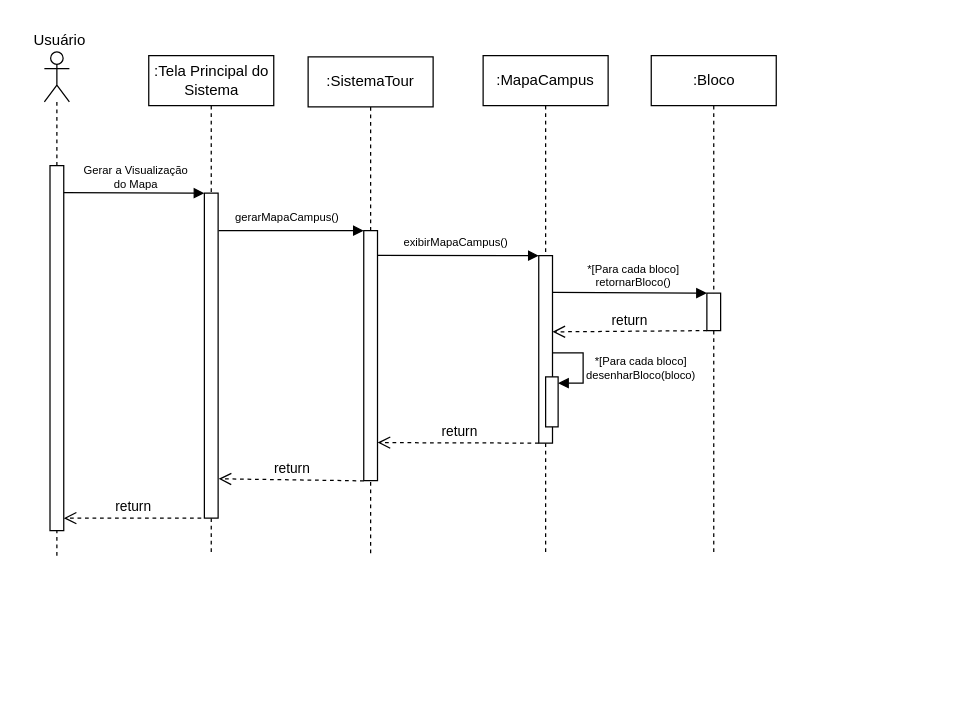
Earlier version of the draw.io diagram DiagramaDeSequencia-AcessarMapaInterativo2d.drawio (Gigagiga1234/Tour-Virtual). Source tidied: cells renumbered, new cells numbered last; positions are measured from the earlier drawing's top-left corner, leaving out a move shared by most shapes. Both pictures are drawn from the tidied source at 125%, with x=0, y=0 at pixel (21, 21).
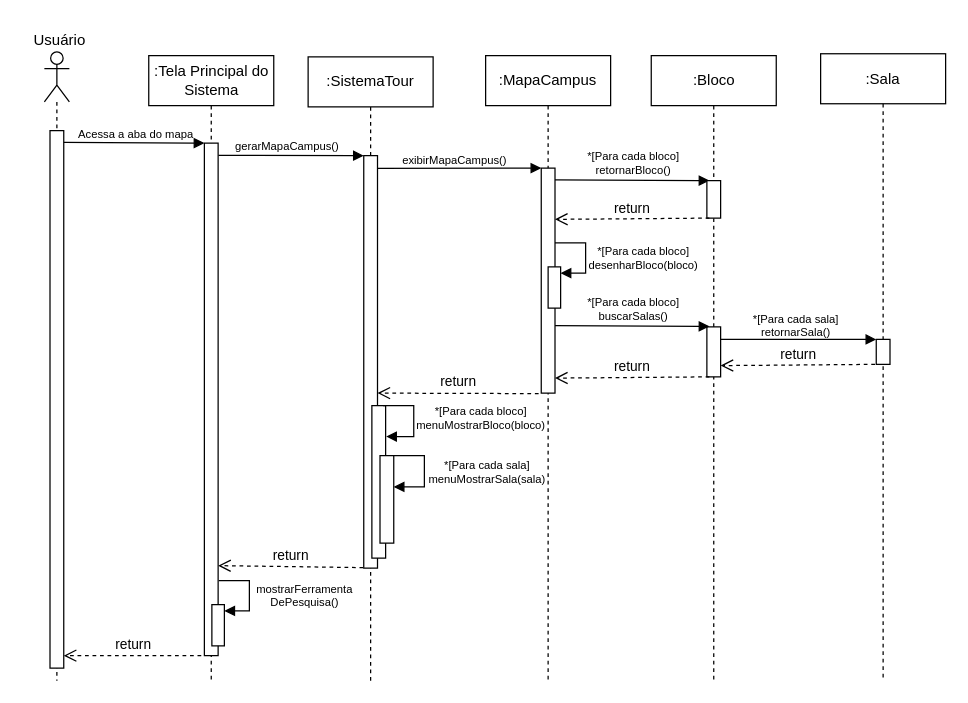
Above is the later version.

Change to the diagram source:
```diff
@@
     <mxCell id="2" value=":MapaCampus" style="shape=umlLifeline;perimeter=lifelinePerimeter;whiteSpace=wrap;html=1;newEdgeStyle={&quot;curved&quot;:0,&quot;rounded&quot;:0};" parent="1" vertex="1">
-      <mxGeometry x="369" y="27" width="100" height="400" as="geometry" />
+      <mxGeometry x="371" y="27" width="100" height="500" as="geometry" />
     </mxCell>
     <mxCell id="3" style="rounded=0;whiteSpace=wrap;html=1;" parent="1" vertex="1">
-      <mxGeometry x="413.5" y="187" width="11" height="150" as="geometry" />
+      <mxGeometry x="415.5" y="117" width="11" height="180" as="geometry" />
     </mxCell>
     <mxCell id="4" value="*[Para cada bloco]&lt;div&gt;retornarBloco()&lt;/div&gt;" style="text;html=1;align=center;verticalAlign=middle;strokeColor=none;fillColor=none;fontSize=9;" parent="1" vertex="1">
-      <mxGeometry x="439" y="183" width="100" height="40" as="geometry" />
+      <mxGeometry x="439" y="93" width="100" height="40" as="geometry" />
     </mxCell>
     <mxCell id="5" value="gerarMapaCampus()" style="text;html=1;align=center;verticalAlign=middle;strokeColor=none;fillColor=none;fontSize=9;" parent="1" vertex="1">
-      <mxGeometry x="157" y="147" width="110" height="20" as="geometry" />
+      <mxGeometry x="157" y="90" width="110" height="20" as="geometry" />
     </mxCell>
     <mxCell id="6" value=":Tela Principal do Sistema" style="shape=umlLifeline;perimeter=lifelinePerimeter;whiteSpace=wrap;html=1;newEdgeStyle={&quot;curved&quot;:0,&quot;rounded&quot;:0};" parent="1" vertex="1">
-      <mxGeometry x="101.5" y="27" width="100" height="400" as="geometry" />
+      <mxGeometry x="101.5" y="27" width="100" height="500" as="geometry" />
     </mxCell>
     <mxCell id="7" style="shape=umlLifeline;perimeter=lifelinePerimeter;whiteSpace=wrap;html=1;newEdgeStyle={&quot;curved&quot;:0,&quot;rounded&quot;:0};participant=umlActor;" parent="1" vertex="1">
-      <mxGeometry x="18" y="24" width="20" height="403" as="geometry" />
+      <mxGeometry x="18" y="24" width="20" height="503" as="geometry" />
     </mxCell>
     <mxCell id="8" style="rounded=0;whiteSpace=wrap;html=1;" parent="1" vertex="1">
-      <mxGeometry x="22.5" y="115" width="11" height="292" as="geometry" />
+      <mxGeometry x="22.5" y="87" width="11" height="430" as="geometry" />
     </mxCell>
-    <mxCell id="9" value="Gerar a Visualização&lt;div&gt;do Mapa&lt;/div&gt;" style="text;html=1;align=center;verticalAlign=middle;strokeColor=none;fillColor=none;fontSize=9;" parent="1" vertex="1">
-      <mxGeometry x="36" y="104" width="110" height="40" as="geometry" />
+    <mxCell id="9" value="Acessa a aba do mapa" style="text;html=1;align=center;verticalAlign=middle;strokeColor=none;fillColor=none;fontSize=9;" parent="1" vertex="1">
+      <mxGeometry x="31" y="80" width="120" height="20" as="geometry" />
     </mxCell>
     <mxCell id="10" style="rounded=0;whiteSpace=wrap;html=1;" parent="1" vertex="1">
-      <mxGeometry x="146" y="137" width="11" height="260" as="geometry" />
+      <mxGeometry x="146" y="97" width="11" height="410" as="geometry" />
     </mxCell>
-    <mxCell id="11" style="endArrow=block;html=1;rounded=0;exitX=0.998;exitY=0.074;exitDx=0;exitDy=0;exitPerimeter=0;entryX=0;entryY=0;entryDx=0;entryDy=0;endFill=1;" parent="1" edge="1" source="8" target="10">
+    <mxCell id="11" style="endArrow=block;html=1;rounded=0;exitX=1.003;exitY=0.022;exitDx=0;exitDy=0;exitPerimeter=0;entryX=0;entryY=0;entryDx=0;entryDy=0;endFill=1;" parent="1" edge="1" source="8" target="10">
       <mxGeometry relative="1" as="geometry" />
     </mxCell>
-    <mxCell id="12" style="endArrow=block;html=1;rounded=0;exitX=1.035;exitY=0.115;exitDx=0;exitDy=0;exitPerimeter=0;entryX=0;entryY=0;entryDx=0;entryDy=0;endFill=1;" parent="1" edge="1" source="10" target="24">
+    <mxCell id="12" style="endArrow=block;html=1;rounded=0;exitX=1.023;exitY=0.024;exitDx=0;exitDy=0;exitPerimeter=0;entryX=0;entryY=0;entryDx=0;entryDy=0;endFill=1;" parent="1" edge="1" source="10" target="24">
       <mxGeometry relative="1" as="geometry" />
     </mxCell>
     <mxCell id="13" value=":Bloco" style="shape=umlLifeline;perimeter=lifelinePerimeter;whiteSpace=wrap;html=1;newEdgeStyle={&quot;curved&quot;:0,&quot;rounded&quot;:0};" parent="1" vertex="1">
-      <mxGeometry x="503.5" y="27" width="100" height="400" as="geometry" />
+      <mxGeometry x="503.5" y="27" width="100" height="500" as="geometry" />
     </mxCell>
     <mxCell id="14" style="endArrow=block;html=1;rounded=0;exitX=1.002;exitY=0.226;exitDx=0;exitDy=0;entryX=0;entryY=0;entryDx=0;entryDy=0;endFill=1;exitPerimeter=0;" parent="1" edge="1">
       <mxGeometry relative="1" as="geometry">
-        <mxPoint x="424.5" y="216.4" as="sourcePoint" />
-        <mxPoint x="548" y="217" as="targetPoint" />
+        <mxPoint x="426.5" y="126.4" as="sourcePoint" />
+        <mxPoint x="550" y="127" as="targetPoint" />
       </mxGeometry>
     </mxCell>
     <mxCell id="15" style="rounded=0;whiteSpace=wrap;html=1;" parent="1" vertex="1">
-      <mxGeometry x="548" y="217" width="11" height="30" as="geometry" />
+      <mxGeometry x="548" y="127" width="11" height="30" as="geometry" />
     </mxCell>
     <mxCell id="16" style="html=1;points=[[0,0,0,0,5],[0,1,0,0,-5],[1,0,0,0,5],[1,1,0,0,-5]];perimeter=orthogonalPerimeter;outlineConnect=0;targetShapes=umlLifeline;portConstraint=eastwest;newEdgeStyle={&quot;curved&quot;:0,&quot;rounded&quot;:0};" parent="1" vertex="1">
-      <mxGeometry x="419" y="284" width="10" height="40" as="geometry" />
+      <mxGeometry x="421" y="196" width="10" height="33" as="geometry" />
     </mxCell>
-    <mxCell id="17" style="html=1;align=left;spacingLeft=2;endArrow=block;rounded=0;edgeStyle=elbowEdgeStyle;rounded=0;exitX=1.089;exitY=0.74;exitDx=0;exitDy=0;exitPerimeter=0;entryX=1;entryY=0;entryDx=0;entryDy=5;entryPerimeter=0;" parent="1" edge="1" target="16">
+    <mxCell id="17" style="html=1;align=left;spacingLeft=2;endArrow=block;rounded=0;edgeStyle=elbowEdgeStyle;rounded=0;exitX=1.089;exitY=0.74;exitDx=0;exitDy=0;exitPerimeter=0;entryX=1;entryY=0;entryDx=0;entryDy=5;entryPerimeter=0;" parent="1" edge="1">
       <mxGeometry x="-0.17" y="30" relative="1" as="geometry">
-        <mxPoint x="424.5" y="264.8" as="sourcePoint" />
+        <mxPoint x="426.5" y="176.8" as="sourcePoint" />
+        <mxPoint x="431" y="201" as="targetPoint" />
         <Array as="points">
-          <mxPoint x="449" y="277" />
+          <mxPoint x="451" y="189" />
         </Array>
       </mxGeometry>
     </mxCell>
     <mxCell id="18" value="&lt;div&gt;&lt;span style=&quot;background-color: transparent; color: light-dark(rgb(0, 0, 0), rgb(255, 255, 255));&quot;&gt;*[Para cada bloco]&lt;/span&gt;&lt;/div&gt;&lt;div&gt;&lt;span style=&quot;background-color: transparent; color: light-dark(rgb(0, 0, 0), rgb(255, 255, 255));&quot;&gt;desenharBloco(bloco)&lt;/span&gt;&lt;/div&gt;" style="text;html=1;align=center;verticalAlign=middle;strokeColor=none;fillColor=none;fontSize=9;" parent="1" vertex="1">
-      <mxGeometry x="440" y="257" width="110" height="40" as="geometry" />
+      <mxGeometry x="442" y="169" width="110" height="40" as="geometry" />
     </mxCell>
-    <mxCell id="19" value="return" style="html=1;verticalAlign=bottom;endArrow=open;dashed=1;endSize=8;curved=0;rounded=0;entryX=1;entryY=0.75;entryDx=0;entryDy=0;exitX=0;exitY=1;exitDx=0;exitDy=0;" parent="1" edge="1" source="15">
+    <mxCell id="19" value="return" style="html=1;verticalAlign=bottom;endArrow=open;dashed=1;endSize=8;curved=0;rounded=0;entryX=1;entryY=0.75;entryDx=0;entryDy=0;exitX=0;exitY=1;exitDx=0;exitDy=0;" parent="1" edge="1">
       <mxGeometry relative="1" as="geometry">
-        <mxPoint x="424.5" y="248" as="targetPoint" />
+        <mxPoint x="550" y="157" as="sourcePoint" />
+        <mxPoint x="426.5" y="158" as="targetPoint" />
       </mxGeometry>
     </mxCell>
-    <mxCell id="20" value="return" style="html=1;verticalAlign=bottom;endArrow=open;dashed=1;endSize=8;curved=0;rounded=0;entryX=1.039;entryY=0.879;entryDx=0;entryDy=0;entryPerimeter=0;" parent="1" edge="1" target="10">
+    <mxCell id="20" value="return" style="html=1;verticalAlign=bottom;endArrow=open;dashed=1;endSize=8;curved=0;rounded=0;entryX=1.039;entryY=0.879;entryDx=0;entryDy=0;entryPerimeter=0;" parent="1" edge="1">
       <mxGeometry relative="1" as="geometry">
-        <mxPoint x="273.5" y="367.2" as="sourcePoint" />
+        <mxPoint x="273.1" y="436.6" as="sourcePoint" />
+        <mxPoint x="157" y="435" as="targetPoint" />
       </mxGeometry>
     </mxCell>
     <mxCell id="21" value="return" style="html=1;verticalAlign=bottom;endArrow=open;dashed=1;endSize=8;curved=0;rounded=0;" parent="1" edge="1">
       <mxGeometry relative="1" as="geometry">
-        <mxPoint x="143.5" y="397" as="sourcePoint" />
-        <mxPoint x="33.5" y="397" as="targetPoint" />
+        <mxPoint x="143.5" y="507" as="sourcePoint" />
+        <mxPoint x="33.5" y="507" as="targetPoint" />
       </mxGeometry>
     </mxCell>
@@
     <mxCell id="23" value=":SistemaTour" style="shape=umlLifeline;perimeter=lifelinePerimeter;whiteSpace=wrap;html=1;newEdgeStyle={&quot;curved&quot;:0,&quot;rounded&quot;:0};" parent="1" vertex="1">
-      <mxGeometry x="229" y="28" width="100" height="399" as="geometry" />
+      <mxGeometry x="229" y="28" width="100" height="499" as="geometry" />
     </mxCell>
     <mxCell id="24" style="rounded=0;whiteSpace=wrap;html=1;" parent="1" vertex="1">
-      <mxGeometry x="273.5" y="167" width="11" height="200" as="geometry" />
+      <mxGeometry x="273.5" y="107" width="11" height="330" as="geometry" />
     </mxCell>
-    <mxCell id="25" style="endArrow=block;html=1;rounded=0;exitX=1.016;exitY=0.099;exitDx=0;exitDy=0;exitPerimeter=0;entryX=0;entryY=0;entryDx=0;entryDy=0;endFill=1;" parent="1" edge="1" source="24" target="3">
+    <mxCell id="25" style="endArrow=block;html=1;rounded=0;entryX=0;entryY=0;entryDx=0;entryDy=0;endFill=1;exitX=0.998;exitY=0.031;exitDx=0;exitDy=0;exitPerimeter=0;" parent="1" edge="1" source="24" target="3">
       <mxGeometry relative="1" as="geometry" />
     </mxCell>
     <mxCell id="26" value="exibirMapaCampus()" style="text;html=1;align=center;verticalAlign=middle;strokeColor=none;fillColor=none;fontSize=9;" parent="1" vertex="1">
-      <mxGeometry x="292" y="167" width="110" height="20" as="geometry" />
+      <mxGeometry x="291" y="101" width="110" height="20" as="geometry" />
     </mxCell>
     <mxCell id="27" value="return" style="html=1;verticalAlign=bottom;endArrow=open;dashed=1;endSize=8;curved=0;rounded=0;entryX=1.01;entryY=0.365;entryDx=0;entryDy=0;entryPerimeter=0;" parent="1" edge="1">
       <mxGeometry relative="1" as="geometry">
-        <mxPoint x="413.5" y="337" as="sourcePoint" />
-        <mxPoint x="284.6" y="336.6" as="targetPoint" />
+        <mxPoint x="413.4" y="297.4" as="sourcePoint" />
+        <mxPoint x="284.5" y="297" as="targetPoint" />
       </mxGeometry>
     </mxCell>
+    <mxCell id="28" style="rounded=0;whiteSpace=wrap;html=1;" parent="1" vertex="1">
+      <mxGeometry x="548" y="244" width="11" height="40" as="geometry" />
+    </mxCell>
+    <mxCell id="29" style="endArrow=block;html=1;rounded=0;exitX=1.002;exitY=0.226;exitDx=0;exitDy=0;entryX=0;entryY=0;entryDx=0;entryDy=0;endFill=1;exitPerimeter=0;" parent="1" edge="1">
+      <mxGeometry relative="1" as="geometry">
+        <mxPoint x="426.5" y="243" as="sourcePoint" />
+        <mxPoint x="550" y="243.6" as="targetPoint" />
+      </mxGeometry>
+    </mxCell>
+    <mxCell id="30" value="*[Para cada bloco]&lt;div&gt;buscarSalas()&lt;/div&gt;" style="text;html=1;align=center;verticalAlign=middle;strokeColor=none;fillColor=none;fontSize=9;" parent="1" vertex="1">
+      <mxGeometry x="439" y="210" width="100" height="40" as="geometry" />
+    </mxCell>
+    <mxCell id="31" value=":Sala" style="shape=umlLifeline;perimeter=lifelinePerimeter;whiteSpace=wrap;html=1;newEdgeStyle={&quot;curved&quot;:0,&quot;rounded&quot;:0};" parent="1" vertex="1">
+      <mxGeometry x="639" y="25.5" width="100" height="501.5" as="geometry" />
+    </mxCell>
+    <mxCell id="32" style="rounded=0;whiteSpace=wrap;html=1;" parent="1" vertex="1">
+      <mxGeometry x="683.5" y="254" width="11" height="20" as="geometry" />
+    </mxCell>
+    <mxCell id="33" style="endArrow=block;html=1;rounded=0;exitX=1.002;exitY=0.226;exitDx=0;exitDy=0;entryX=0;entryY=0;entryDx=0;entryDy=0;endFill=1;exitPerimeter=0;" parent="1" edge="1" target="32">
+      <mxGeometry relative="1" as="geometry">
+        <mxPoint x="559" y="254" as="sourcePoint" />
+      </mxGeometry>
+    </mxCell>
+    <mxCell id="34" value="*[Para cada sala]&lt;div&gt;retornarSala()&lt;/div&gt;" style="text;html=1;align=center;verticalAlign=middle;strokeColor=none;fillColor=none;fontSize=9;" parent="1" vertex="1">
+      <mxGeometry x="574" y="223" width="90" height="40" as="geometry" />
+    </mxCell>
+    <mxCell id="35" value="return" style="html=1;verticalAlign=bottom;endArrow=open;dashed=1;endSize=8;curved=0;rounded=0;entryX=1;entryY=0.75;entryDx=0;entryDy=0;exitX=0;exitY=1;exitDx=0;exitDy=0;" parent="1" edge="1">
+      <mxGeometry relative="1" as="geometry">
+        <mxPoint x="682.5" y="274" as="sourcePoint" />
+        <mxPoint x="559" y="275" as="targetPoint" />
+      </mxGeometry>
+    </mxCell>
+    <mxCell id="36" value="return" style="html=1;verticalAlign=bottom;endArrow=open;dashed=1;endSize=8;curved=0;rounded=0;entryX=1;entryY=0.75;entryDx=0;entryDy=0;exitX=0;exitY=1;exitDx=0;exitDy=0;" parent="1" edge="1">
+      <mxGeometry relative="1" as="geometry">
+        <mxPoint x="550" y="284" as="sourcePoint" />
+        <mxPoint x="426.5" y="285" as="targetPoint" />
+      </mxGeometry>
+    </mxCell>
+    <mxCell id="37" style="rounded=0;whiteSpace=wrap;html=1;" parent="1" vertex="1">
+      <mxGeometry x="280" y="307" width="11" height="122" as="geometry" />
+    </mxCell>
+    <mxCell id="38" style="html=1;align=left;spacingLeft=2;endArrow=block;rounded=0;edgeStyle=elbowEdgeStyle;rounded=0;exitX=1.089;exitY=0.74;exitDx=0;exitDy=0;exitPerimeter=0;entryX=1.041;entryY=0.203;entryDx=0;entryDy=0;entryPerimeter=0;" parent="1" edge="1" target="37">
+      <mxGeometry x="-0.17" y="30" relative="1" as="geometry">
+        <mxPoint x="289" y="307" as="sourcePoint" />
+        <Array as="points">
+          <mxPoint x="313.5" y="319.2" />
+        </Array>
+      </mxGeometry>
+    </mxCell>
+    <mxCell id="39" value="&lt;div&gt;&lt;span style=&quot;background-color: transparent; color: light-dark(rgb(0, 0, 0), rgb(255, 255, 255));&quot;&gt;*[Para cada bloco]&lt;/span&gt;&lt;/div&gt;&lt;div&gt;&lt;span style=&quot;background-color: transparent; color: light-dark(rgb(0, 0, 0), rgb(255, 255, 255));&quot;&gt;menuMostrarBloco(bloco)&lt;/span&gt;&lt;/div&gt;" style="text;html=1;align=center;verticalAlign=middle;strokeColor=none;fillColor=none;fontSize=9;" parent="1" vertex="1">
+      <mxGeometry x="301.5" y="297" width="130" height="40" as="geometry" />
+    </mxCell>
+    <mxCell id="40" style="rounded=0;whiteSpace=wrap;html=1;" parent="1" vertex="1">
+      <mxGeometry x="286.5" y="347" width="11" height="70" as="geometry" />
+    </mxCell>
+    <mxCell id="41" style="html=1;align=left;spacingLeft=2;endArrow=block;rounded=0;edgeStyle=elbowEdgeStyle;rounded=0;exitX=1.089;exitY=0.74;exitDx=0;exitDy=0;exitPerimeter=0;entryX=1.041;entryY=0.203;entryDx=0;entryDy=0;entryPerimeter=0;" parent="1" edge="1">
+      <mxGeometry x="-0.17" y="30" relative="1" as="geometry">
+        <mxPoint x="297.5" y="347" as="sourcePoint" />
+        <mxPoint x="297.5" y="372" as="targetPoint" />
+        <Array as="points">
+          <mxPoint x="322" y="359.2" />
+        </Array>
+      </mxGeometry>
+    </mxCell>
+    <mxCell id="42" value="&lt;div&gt;&lt;span style=&quot;background-color: transparent; color: light-dark(rgb(0, 0, 0), rgb(255, 255, 255));&quot;&gt;*[Para cada sala]&lt;/span&gt;&lt;/div&gt;&lt;div&gt;&lt;span style=&quot;background-color: transparent; color: light-dark(rgb(0, 0, 0), rgb(255, 255, 255));&quot;&gt;menuMostrarSala(sala)&lt;/span&gt;&lt;/div&gt;" style="text;html=1;align=center;verticalAlign=middle;strokeColor=none;fillColor=none;fontSize=9;" parent="1" vertex="1">
+      <mxGeometry x="312" y="340" width="120" height="40" as="geometry" />
+    </mxCell>
+    <mxCell id="43" style="html=1;perimeter=orthogonalPerimeter;targetShapes=umlLifeline;newEdgeStyle={&quot;curved&quot;:0,&quot;rounded&quot;:0};" parent="1" vertex="1">
+      <mxGeometry x="152" y="466.2" width="10" height="33" as="geometry" />
+    </mxCell>
+    <mxCell id="44" style="html=1;align=left;spacingLeft=2;endArrow=block;rounded=0;edgeStyle=elbowEdgeStyle;rounded=0;exitX=1.089;exitY=0.74;exitDx=0;exitDy=0;exitPerimeter=0;entryX=1;entryY=0;entryDx=0;entryDy=5;entryPerimeter=0;" parent="1" edge="1">
+      <mxGeometry x="-0.17" y="30" relative="1" as="geometry">
+        <mxPoint x="157.5" y="447" as="sourcePoint" />
+        <mxPoint x="162" y="471.2" as="targetPoint" />
+        <Array as="points">
+          <mxPoint x="182" y="459.2" />
+        </Array>
+      </mxGeometry>
+    </mxCell>
+    <mxCell id="45" value="&lt;div&gt;mostrarFerramenta&lt;/div&gt;&lt;div&gt;DePesquisa()&lt;/div&gt;" style="text;html=1;align=center;verticalAlign=middle;strokeColor=none;fillColor=none;fontSize=9;" parent="1" vertex="1">
+      <mxGeometry x="175.5" y="439.2" width="100" height="40" as="geometry" />
+    </mxCell>
```
